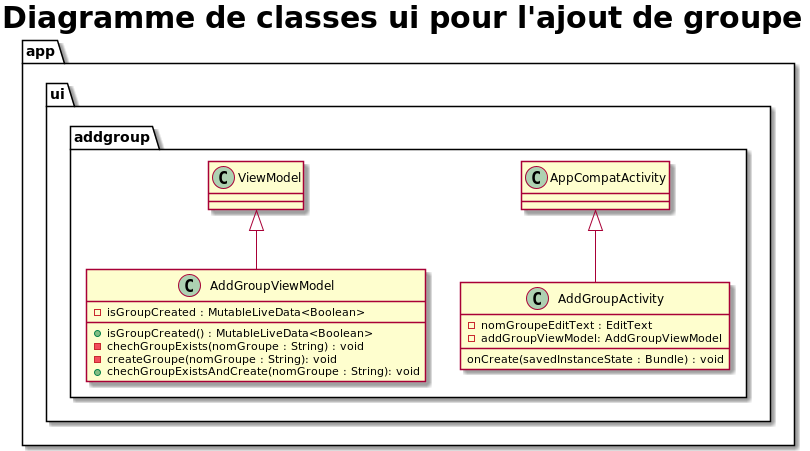
This is app/docs/asciidoc/images/modelui2.png from SefkanTas/Sonofy, a PlantUML export, as it was before one commit.
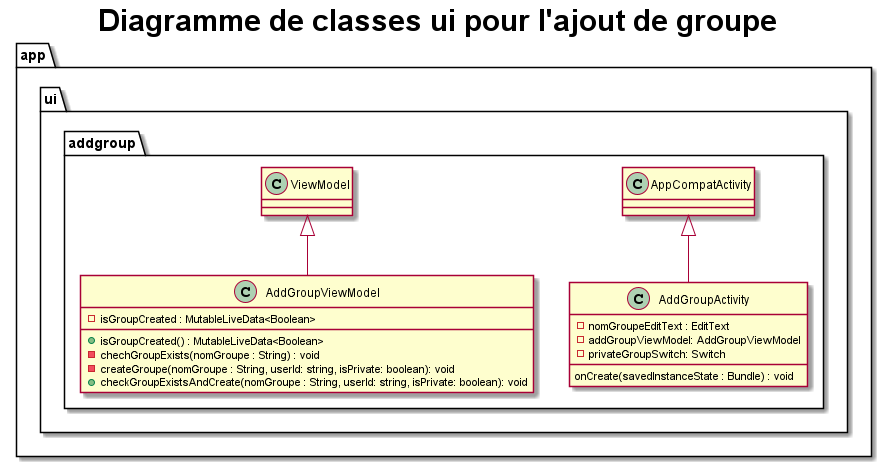
The same diagram one commit later.

Diff of the diagram source:
```diff
@@ -9,6 +9,7 @@
           class AddGroupActivity extends AppCompatActivity{
               - nomGroupeEditText : EditText
               - addGroupViewModel: AddGroupViewModel
+              - privateGroupSwitch: Switch
 
               onCreate(savedInstanceState : Bundle) : void
           }
@@ -18,8 +19,8 @@
 
               + isGroupCreated() : MutableLiveData<Boolean>
               - chechGroupExists(nomGroupe : String) : void
-              - createGroupe(nomGroupe : String): void
-              + chechGroupExistsAndCreate(nomGroupe : String): void
+              - createGroupe(nomGroupe : String, userId: string, isPrivate: boolean): void
+              + checkGroupExistsAndCreate(nomGroupe : String, userId: string, isPrivate: boolean): void
           }
       }
     }
```
